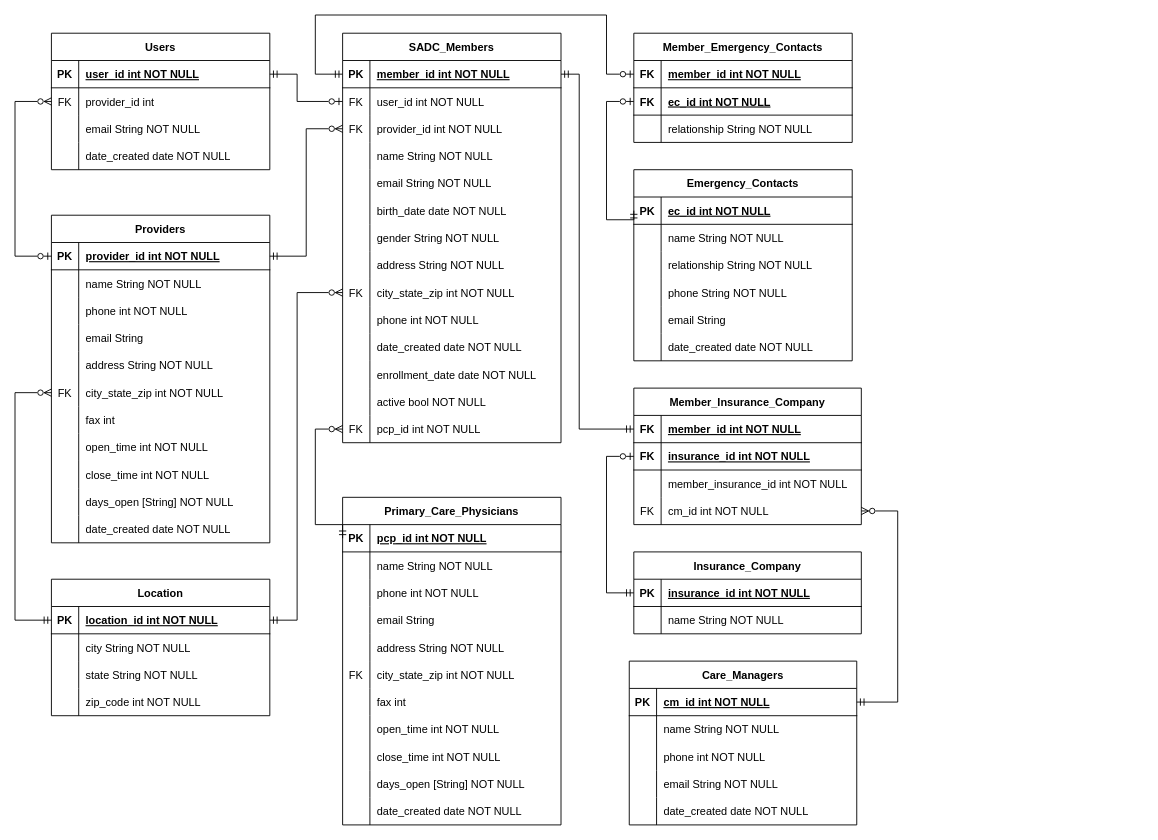
This is Firestore DB Design.drawio from johnnyj2608/SeniorConnect, a draw.io file, before an edit. Source tidied: cells renumbered, new cells numbered last; positions are measured from the earlier drawing's top-left corner, leaving out a move shared by most shapes. Both pictures are drawn from the tidied source at 91%, with x=0, y=0 at pixel (15, 15).
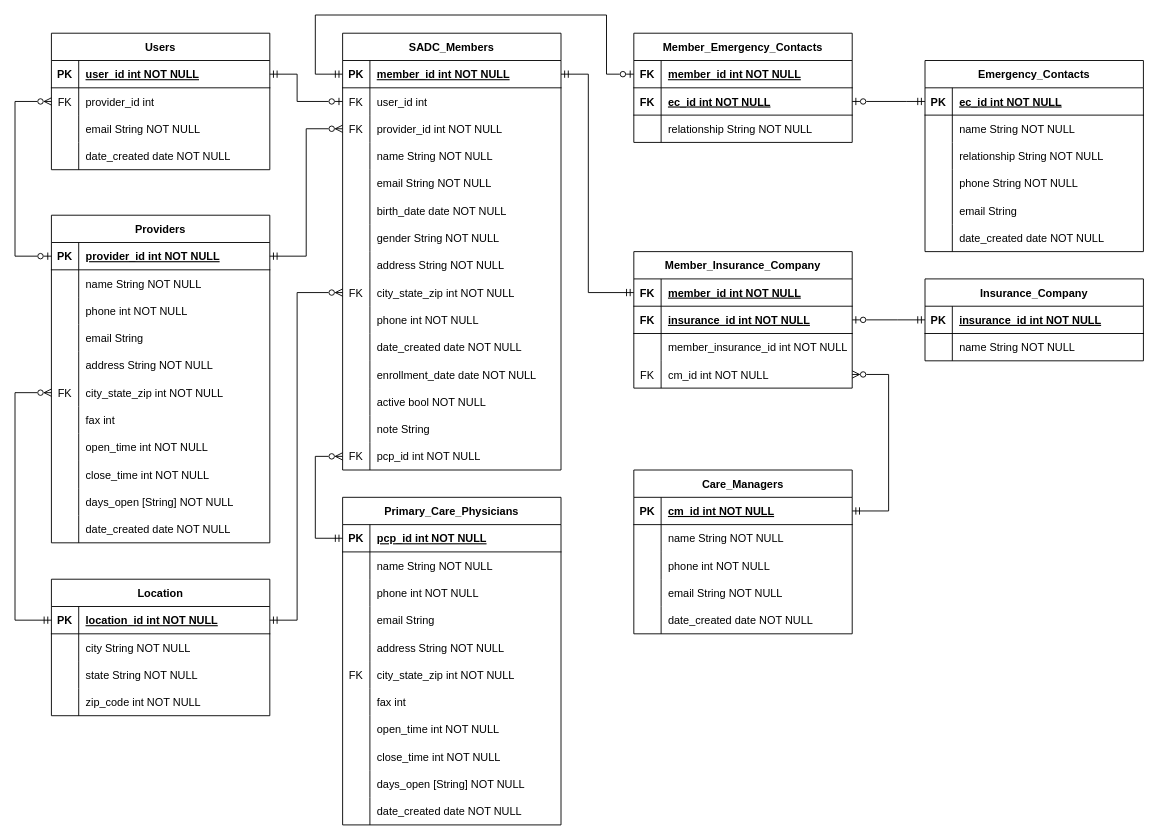
After the change.

Unchanged cells that the change refers to:
```xml
<mxCell id="65" style="shape=partialRectangle;fillColor=none;points=[[0,0.5],[1,0.5]];portConstraint=eastwest;top=0;left=0;right=0;bottom=1;" parent="64" vertex="1">
  <mxGeometry y="30" width="240" height="30" as="geometry" />
</mxCell>
<mxCell id="99" style="shape=partialRectangle;fillColor=none;points=[[0,0.5],[1,0.5]];portConstraint=eastwest;top=0;left=0;right=0;bottom=1;" parent="98" vertex="1">
  <mxGeometry y="30" width="240" height="30" as="geometry" />
</mxCell>
<mxCell id="102" style="shape=partialRectangle;fillColor=none;points=[[0,0.5],[1,0.5]];portConstraint=eastwest;top=0;left=0;right=0;bottom=0;" parent="98" vertex="1">
  <mxGeometry y="60" width="240" height="30" as="geometry" />
</mxCell>
<mxCell id="145" style="shape=partialRectangle;fillColor=none;points=[[0,0.5],[1,0.5]];portConstraint=eastwest;top=0;left=0;right=0;bottom=1;" parent="144" vertex="1">
  <mxGeometry y="30" width="240" height="30" as="geometry" />
</mxCell>
<mxCell id="167" style="shape=partialRectangle;fillColor=none;points=[[0,0.5],[1,0.5]];portConstraint=eastwest;top=0;left=0;right=0;bottom=1;" parent="163" vertex="1">
  <mxGeometry y="60" width="240" height="30" as="geometry" />
</mxCell>
```

Change to the diagram source:
```diff
@@
     <mxCell id="98" value="SADC_Members" style="shape=table;startSize=30;childLayout=tableLayout;rowLines=0;fontStyle=1;align=center;" parent="1" vertex="1">
-      <mxGeometry x="360" y="20" width="240" height="450" as="geometry" />
+      <mxGeometry x="360" y="20" width="240" height="480" as="geometry" />
     </mxCell>
@@
-    <mxCell id="104" value="user_id int NOT NULL" style="shape=partialRectangle;overflow=hidden;fillColor=none;top=0;left=0;bottom=0;right=0;align=left;spacingLeft=6;" parent="102" vertex="1">
+    <mxCell id="104" value="user_id int" style="shape=partialRectangle;overflow=hidden;fillColor=none;top=0;left=0;bottom=0;right=0;align=left;spacingLeft=6;" parent="102" vertex="1">
       <mxGeometry x="30" width="210" height="30" as="geometry" />
     </mxCell>
@@
+    <mxCell id="215" style="shape=partialRectangle;fillColor=none;top=0;left=0;right=0;bottom=0;" parent="98" vertex="1">
+      <mxGeometry y="420" width="240" height="30" as="geometry" />
+    </mxCell>
+    <mxCell id="216" style="shape=partialRectangle;overflow=hidden;fillColor=none;top=0;left=0;bottom=0;right=0;" parent="215" vertex="1">
+      <mxGeometry width="30" height="30" as="geometry" />
+    </mxCell>
+    <mxCell id="217" value="note String" style="shape=partialRectangle;overflow=hidden;fillColor=none;top=0;left=0;bottom=0;right=0;align=left;spacingLeft=6;" parent="215" vertex="1">
+      <mxGeometry x="30" width="210" height="30" as="geometry" />
+    </mxCell>
     <mxCell id="138" style="shape=partialRectangle;fillColor=none;points=[[0,0.5],[1,0.5]];portConstraint=eastwest;top=0;left=0;right=0;bottom=0;" parent="98" vertex="1">
-      <mxGeometry y="420" width="240" height="30" as="geometry" />
+      <mxGeometry y="450" width="240" height="30" as="geometry" />
     </mxCell>
@@
     <mxCell id="144" value="Emergency_Contacts" style="shape=table;startSize=30;childLayout=tableLayout;rowLines=0;fontStyle=1;align=center;" parent="1" vertex="1">
-      <mxGeometry x="680" y="170" width="240" height="210" as="geometry" />
+      <mxGeometry x="1000" y="50" width="240" height="210" as="geometry" />
     </mxCell>
@@
-    <mxCell id="174" style="edgeStyle=orthogonalEdgeStyle;rounded=0;jettySize=auto;html=1;exitX=0;exitY=0.5;exitDx=0;exitDy=0;entryX=0;entryY=0.5;entryDx=0;entryDy=0;endArrow=ERmandOne;endFill=0;startArrow=ERzeroToOne;startFill=0;" parent="1" edge="1" source="167" target="145">
+    <mxCell id="174" style="edgeStyle=orthogonalEdgeStyle;rounded=0;jettySize=auto;html=1;exitX=1;exitY=0.5;exitDx=0;exitDy=0;entryX=0;entryY=0.5;entryDx=0;entryDy=0;endArrow=ERmandOne;endFill=0;startArrow=ERzeroToOne;startFill=0;" parent="1" edge="1" source="167" target="145">
       <mxGeometry relative="1" as="geometry">
         <Array as="points">
-          <mxPoint x="650" y="95" />
-          <mxPoint x="650" y="225" />
-          <mxPoint x="680" y="225" />
+          <mxPoint x="980" y="95" />
+          <mxPoint x="980" y="95" />
         </Array>
       </mxGeometry>
     </mxCell>
     <mxCell id="175" style="edgeStyle=orthogonalEdgeStyle;rounded=0;jettySize=auto;html=1;exitX=0;exitY=0.5;exitDx=0;exitDy=0;entryX=0;entryY=0.5;entryDx=0;entryDy=0;endArrow=ERmandOne;endFill=0;startArrow=ERzeroToMany;startFill=0;" parent="1" edge="1" source="138" target="65">
       <mxGeometry relative="1" as="geometry">
         <Array as="points">
-          <mxPoint x="330" y="455" />
-          <mxPoint x="330" y="560" />
+          <mxPoint x="330" y="485" />
+          <mxPoint x="330" y="575" />
         </Array>
       </mxGeometry>
     </mxCell>
     <mxCell id="176" value="Member_Insurance_Company" style="shape=table;startSize=30;childLayout=tableLayout;rowLines=0;fontStyle=1;align=center;" parent="1" vertex="1">
-      <mxGeometry x="680" y="410" width="250" height="150" as="geometry" />
+      <mxGeometry x="680" y="260" width="240" height="150" as="geometry" />
     </mxCell>
     <mxCell id="177" style="shape=partialRectangle;fillColor=none;points=[[0,0.5],[1,0.5]];portConstraint=eastwest;top=0;left=0;right=0;bottom=1;" parent="176" vertex="1">
-      <mxGeometry y="30" width="250" height="30" as="geometry" />
+      <mxGeometry y="30" width="240" height="30" as="geometry" />
     </mxCell>
@@
     <mxCell id="179" value="member_id int NOT NULL" style="shape=partialRectangle;overflow=hidden;fillColor=none;top=0;left=0;bottom=0;right=0;align=left;spacingLeft=6;fontStyle=5;" parent="177" vertex="1">
-      <mxGeometry x="30" width="220" height="30" as="geometry" />
+      <mxGeometry x="30" width="210" height="30" as="geometry" />
     </mxCell>
     <mxCell id="180" style="shape=partialRectangle;fillColor=none;points=[[0,0.5],[1,0.5]];portConstraint=eastwest;top=0;left=0;right=0;bottom=1;" parent="176" vertex="1">
-      <mxGeometry y="60" width="250" height="30" as="geometry" />
+      <mxGeometry y="60" width="240" height="30" as="geometry" />
     </mxCell>
@@
     <mxCell id="182" value="insurance_id int NOT NULL" style="shape=partialRectangle;overflow=hidden;fillColor=none;top=0;left=0;bottom=0;right=0;align=left;spacingLeft=6;fontStyle=5;" parent="180" vertex="1">
-      <mxGeometry x="30" width="220" height="30" as="geometry" />
+      <mxGeometry x="30" width="210" height="30" as="geometry" />
     </mxCell>
     <mxCell id="183" style="shape=partialRectangle;fillColor=none;top=0;left=0;right=0;bottom=0;" parent="176" vertex="1">
-      <mxGeometry y="90" width="250" height="30" as="geometry" />
+      <mxGeometry y="90" width="240" height="30" as="geometry" />
     </mxCell>
@@
     <mxCell id="185" value="member_insurance_id int NOT NULL" style="shape=partialRectangle;overflow=hidden;fillColor=none;top=0;left=0;bottom=0;right=0;align=left;spacingLeft=6;" parent="183" vertex="1">
-      <mxGeometry x="30" width="220" height="30" as="geometry" />
+      <mxGeometry x="30" width="210" height="30" as="geometry" />
     </mxCell>
     <mxCell id="186" style="shape=partialRectangle;fillColor=none;points=[[0,0.5],[1,0.5]];portConstraint=eastwest;top=0;left=0;right=0;bottom=0;" parent="176" vertex="1">
-      <mxGeometry y="120" width="250" height="30" as="geometry" />
+      <mxGeometry y="120" width="240" height="30" as="geometry" />
     </mxCell>
@@
     <mxCell id="188" value="cm_id int NOT NULL" style="shape=partialRectangle;overflow=hidden;fillColor=none;top=0;left=0;bottom=0;right=0;align=left;spacingLeft=6;" parent="186" vertex="1">
-      <mxGeometry x="30" width="220" height="30" as="geometry" />
+      <mxGeometry x="30" width="210" height="30" as="geometry" />
     </mxCell>
     <mxCell id="189" style="edgeStyle=orthogonalEdgeStyle;rounded=0;jettySize=auto;html=1;exitX=0;exitY=0.5;exitDx=0;exitDy=0;entryX=1;entryY=0.5;entryDx=0;entryDy=0;endArrow=ERmandOne;endFill=0;startArrow=ERmandOne;startFill=0;" parent="1" edge="1" source="177" target="99">
       <mxGeometry relative="1" as="geometry">
         <Array as="points">
-          <mxPoint x="620" y="455" />
-          <mxPoint x="620" y="65" />
+          <mxPoint x="630" y="305" />
+          <mxPoint x="630" y="65" />
         </Array>
       </mxGeometry>
     </mxCell>
     <mxCell id="190" value="Insurance_Company" style="shape=table;startSize=30;childLayout=tableLayout;rowLines=0;fontStyle=1;align=center;" parent="1" vertex="1">
-      <mxGeometry x="680" y="590" width="250" height="90" as="geometry" />
+      <mxGeometry x="1000" y="290" width="240" height="90" as="geometry" />
     </mxCell>
     <mxCell id="191" style="shape=partialRectangle;fillColor=none;points=[[0,0.5],[1,0.5]];portConstraint=eastwest;top=0;left=0;right=0;bottom=1;" parent="190" vertex="1">
-      <mxGeometry y="30" width="250" height="30" as="geometry" />
+      <mxGeometry y="30" width="240" height="30" as="geometry" />
     </mxCell>
@@
     <mxCell id="193" value="insurance_id int NOT NULL" style="shape=partialRectangle;overflow=hidden;fillColor=none;top=0;left=0;bottom=0;right=0;align=left;spacingLeft=6;fontStyle=5;" parent="191" vertex="1">
-      <mxGeometry x="30" width="220" height="30" as="geometry" />
+      <mxGeometry x="30" width="210" height="30" as="geometry" />
     </mxCell>
     <mxCell id="194" style="shape=partialRectangle;fillColor=none;top=0;left=0;right=0;bottom=0;" parent="190" vertex="1">
-      <mxGeometry y="60" width="250" height="30" as="geometry" />
+      <mxGeometry y="60" width="240" height="30" as="geometry" />
     </mxCell>
@@
     <mxCell id="196" value="name String NOT NULL" style="shape=partialRectangle;overflow=hidden;fillColor=none;top=0;left=0;bottom=0;right=0;align=left;spacingLeft=6;" parent="194" vertex="1">
-      <mxGeometry x="30" width="220" height="30" as="geometry" />
+      <mxGeometry x="30" width="210" height="30" as="geometry" />
     </mxCell>
-    <mxCell id="197" style="edgeStyle=orthogonalEdgeStyle;rounded=0;jettySize=auto;html=1;exitX=0;exitY=0.5;exitDx=0;exitDy=0;entryX=0;entryY=0.5;entryDx=0;entryDy=0;startArrow=ERzeroToOne;startFill=0;endArrow=ERmandOne;endFill=0;" parent="1" edge="1" source="180">
+    <mxCell id="197" style="edgeStyle=orthogonalEdgeStyle;rounded=0;jettySize=auto;html=1;exitX=1;exitY=0.5;exitDx=0;exitDy=0;entryX=0;entryY=0.5;entryDx=0;entryDy=0;startArrow=ERzeroToOne;startFill=0;endArrow=ERmandOne;endFill=0;" parent="1" edge="1" source="180" target="191">
       <mxGeometry relative="1" as="geometry">
-        <mxPoint x="680" y="635" as="targetPoint" />
         <Array as="points">
-          <mxPoint x="650" y="485" />
-          <mxPoint x="650" y="635" />
+          <mxPoint x="970" y="335" />
+          <mxPoint x="970" y="335" />
         </Array>
       </mxGeometry>
     </mxCell>
     <mxCell id="198" value="Care_Managers" style="shape=table;startSize=30;childLayout=tableLayout;rowLines=0;fontStyle=1;align=center;" parent="1" vertex="1">
-      <mxGeometry x="675" y="710" width="250" height="180" as="geometry" />
+      <mxGeometry x="680" y="500" width="240" height="180" as="geometry" />
     </mxCell>
     <mxCell id="199" style="shape=partialRectangle;fillColor=none;points=[[0,0.5],[1,0.5]];portConstraint=eastwest;top=0;left=0;right=0;bottom=1;" parent="198" vertex="1">
-      <mxGeometry y="30" width="250" height="30" as="geometry" />
+      <mxGeometry y="30" width="240" height="30" as="geometry" />
     </mxCell>
@@
     <mxCell id="201" value="cm_id int NOT NULL" style="shape=partialRectangle;overflow=hidden;fillColor=none;top=0;left=0;bottom=0;right=0;align=left;spacingLeft=6;fontStyle=5;" parent="199" vertex="1">
-      <mxGeometry x="30" width="220" height="30" as="geometry" />
+      <mxGeometry x="30" width="210" height="30" as="geometry" />
     </mxCell>
     <mxCell id="202" style="shape=partialRectangle;fillColor=none;top=0;left=0;right=0;bottom=0;" parent="198" vertex="1">
-      <mxGeometry y="60" width="250" height="30" as="geometry" />
+      <mxGeometry y="60" width="240" height="30" as="geometry" />
     </mxCell>
@@
     <mxCell id="204" value="name String NOT NULL" style="shape=partialRectangle;overflow=hidden;fillColor=none;top=0;left=0;bottom=0;right=0;align=left;spacingLeft=6;" parent="202" vertex="1">
-      <mxGeometry x="30" width="220" height="30" as="geometry" />
+      <mxGeometry x="30" width="210" height="30" as="geometry" />
     </mxCell>
     <mxCell id="205" style="shape=partialRectangle;fillColor=none;top=0;left=0;right=0;bottom=0;" parent="198" vertex="1">
-      <mxGeometry y="90" width="250" height="30" as="geometry" />
+      <mxGeometry y="90" width="240" height="30" as="geometry" />
     </mxCell>
@@
     <mxCell id="207" value="phone int NOT NULL" style="shape=partialRectangle;overflow=hidden;fillColor=none;top=0;left=0;bottom=0;right=0;align=left;spacingLeft=6;" parent="205" vertex="1">
-      <mxGeometry x="30" width="220" height="30" as="geometry" />
+      <mxGeometry x="30" width="210" height="30" as="geometry" />
     </mxCell>
     <mxCell id="208" style="shape=partialRectangle;fillColor=none;top=0;left=0;right=0;bottom=0;" parent="198" vertex="1">
-      <mxGeometry y="120" width="250" height="30" as="geometry" />
+      <mxGeometry y="120" width="240" height="30" as="geometry" />
     </mxCell>
@@
     <mxCell id="210" value="email String NOT NULL" style="shape=partialRectangle;overflow=hidden;fillColor=none;top=0;left=0;bottom=0;right=0;align=left;spacingLeft=6;" parent="208" vertex="1">
-      <mxGeometry x="30" width="220" height="30" as="geometry" />
+      <mxGeometry x="30" width="210" height="30" as="geometry" />
     </mxCell>
     <mxCell id="211" style="shape=partialRectangle;fillColor=none;top=0;left=0;right=0;bottom=0;" parent="198" vertex="1">
-      <mxGeometry y="150" width="250" height="30" as="geometry" />
+      <mxGeometry y="150" width="240" height="30" as="geometry" />
     </mxCell>
@@
     <mxCell id="213" value="date_created date NOT NULL" style="shape=partialRectangle;overflow=hidden;fillColor=none;top=0;left=0;bottom=0;right=0;align=left;spacingLeft=6;" parent="211" vertex="1">
-      <mxGeometry x="30" width="220" height="30" as="geometry" />
+      <mxGeometry x="30" width="210" height="30" as="geometry" />
     </mxCell>
     <mxCell id="214" style="edgeStyle=orthogonalEdgeStyle;rounded=0;jettySize=auto;html=1;exitX=1;exitY=0.5;exitDx=0;exitDy=0;entryX=1;entryY=0.5;entryDx=0;entryDy=0;endArrow=ERzeroToMany;endFill=0;startArrow=ERmandOne;startFill=0;" parent="1" edge="1" source="199" target="186">
       <mxGeometry relative="1" as="geometry">
         <Array as="points">
-          <mxPoint x="970" y="755" />
-          <mxPoint x="970" y="545" />
+          <mxPoint x="960" y="545" />
+          <mxPoint x="960" y="395" />
         </Array>
       </mxGeometry>
     </mxCell>
```
